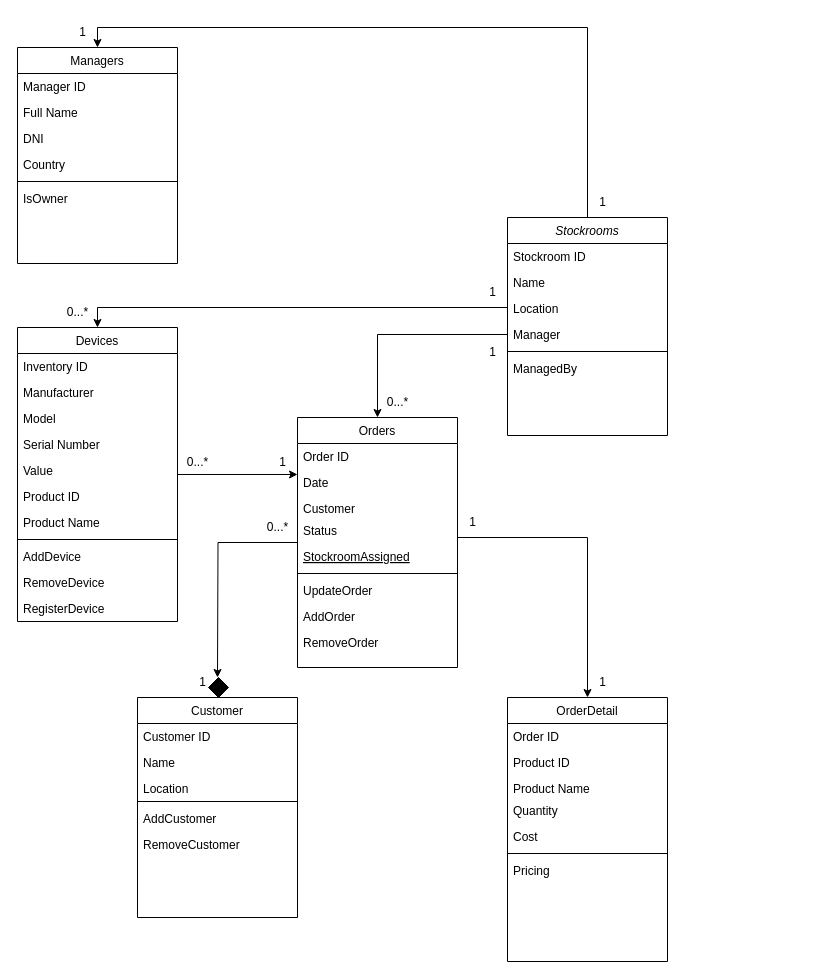
lzak07/CodeAcademy keeps this draw.io diagram as AllFashionUML.drawio. Above is the earlier version. Source tidied: cells renumbered, new cells numbered last; positions are measured from the earlier drawing's top-left corner, leaving out a move shared by most shapes. Both pictures are drawn from the tidied source at 100%, with x=0, y=0 at pixel (17, 17).
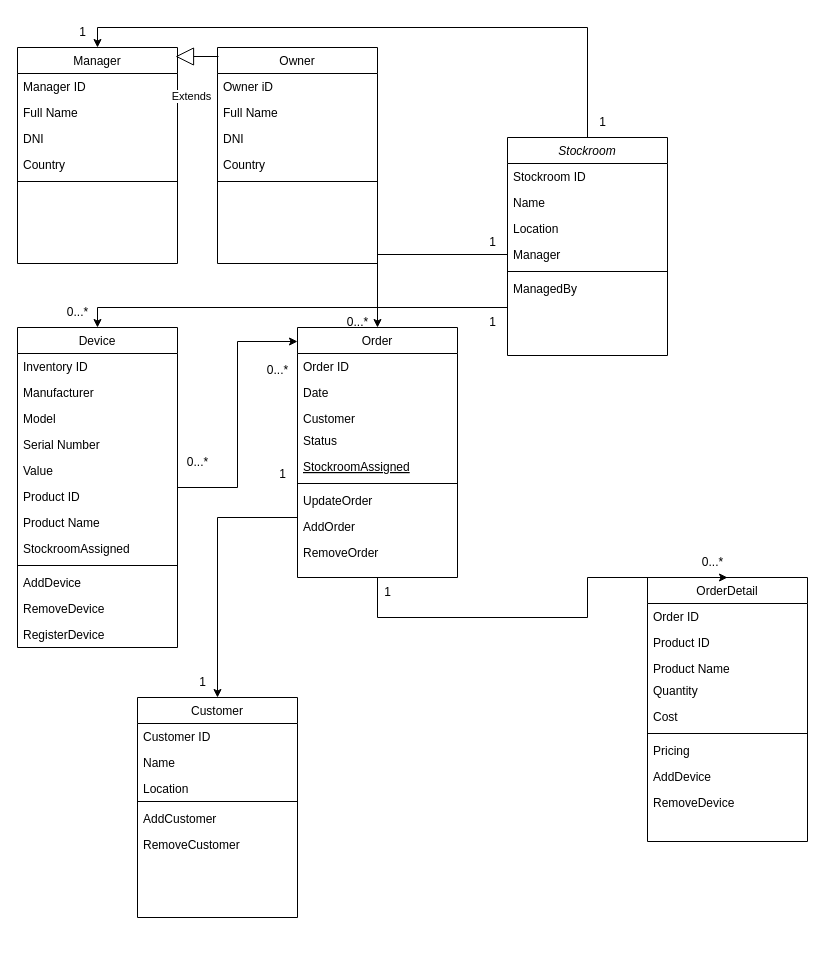
Above is the later version.

The change refers to these unchanged cells:
```xml
<mxCell id="31" value="Customer" style="swimlane;fontStyle=0;align=center;verticalAlign=top;horizontal=1;startSize=26;rounded=0;shadow=0;strokeWidth=1;" parent="1" vertex="1">
  <mxGeometry x="120" y="680" width="160" height="220" as="geometry" />
</mxCell>
<mxCell id="41" value="Date" style="text;align=left;verticalAlign=top;spacingLeft=4;spacingRight=4;overflow=hidden;points=[[0,0.5],[1,0.5]];portConstraint=eastwest;rounded=0;shadow=0;html=0;" parent="39" vertex="1">
  <mxGeometry y="52" width="160" height="26" as="geometry" />
</mxCell>
<mxCell id="43" value="Status" style="text;align=left;verticalAlign=top;spacingLeft=4;spacingRight=4;overflow=hidden;points=[[0,0.5],[1,0.5]];portConstraint=eastwest;rounded=0;shadow=0;html=0;" parent="39" vertex="1">
  <mxGeometry y="100" width="160" height="26" as="geometry" />
</mxCell>
```

Change to the diagram source:
```diff
@@
-    <mxCell id="4" value="Stockrooms" style="swimlane;fontStyle=2;align=center;verticalAlign=top;horizontal=1;startSize=26;rounded=0;shadow=0;strokeWidth=1;" parent="1" vertex="1">
-      <mxGeometry x="490" y="200" width="160" height="218" as="geometry" />
+    <mxCell id="4" value="Stockroom" style="swimlane;fontStyle=2;align=center;verticalAlign=top;horizontal=1;startSize=26;rounded=0;shadow=0;strokeWidth=1;" parent="1" vertex="1">
+      <mxGeometry x="490" y="120" width="160" height="218" as="geometry" />
     </mxCell>
@@
-    <mxCell id="11" style="edgeStyle=orthogonalEdgeStyle;rounded=0;jettySize=auto;html=1;entryX=0;entryY=0.192;entryDx=0;entryDy=0;entryPerimeter=0;" parent="1" edge="1" source="12" target="41">
+    <mxCell id="11" style="edgeStyle=orthogonalEdgeStyle;rounded=0;jettySize=auto;html=1;entryX=0;entryY=0.056;entryDx=0;entryDy=0;entryPerimeter=0;" parent="1" edge="1" source="12" target="39">
       <mxGeometry relative="1" as="geometry" />
     </mxCell>
-    <mxCell id="12" value="Devices" style="swimlane;fontStyle=0;align=center;verticalAlign=top;horizontal=1;startSize=26;rounded=0;shadow=0;strokeWidth=1;" parent="1" vertex="1">
-      <mxGeometry y="310" width="160" height="294" as="geometry" />
+    <mxCell id="12" value="Device" style="swimlane;fontStyle=0;align=center;verticalAlign=top;horizontal=1;startSize=26;rounded=0;shadow=0;strokeWidth=1;" parent="1" vertex="1">
+      <mxGeometry y="310" width="160" height="320" as="geometry" />
     </mxCell>
@@
+    <mxCell id="72" value="StockroomAssigned" style="text;align=left;verticalAlign=top;spacingLeft=4;spacingRight=4;overflow=hidden;rounded=0;shadow=0;html=0;" parent="12" vertex="1">
+      <mxGeometry y="208" width="160" height="26" as="geometry" />
+    </mxCell>
     <mxCell id="20" style="line;html=1;strokeWidth=1;align=left;verticalAlign=middle;spacingTop=-1;spacingLeft=3;spacingRight=3;labelPosition=right;" parent="12" vertex="1">
-      <mxGeometry y="208" width="160" height="8" as="geometry" />
+      <mxGeometry y="234" width="160" height="8" as="geometry" />
     </mxCell>
     <mxCell id="21" value="AddDevice" style="text;align=left;verticalAlign=top;spacingLeft=4;spacingRight=4;overflow=hidden;" parent="12" vertex="1">
-      <mxGeometry y="216" width="160" height="26" as="geometry" />
+      <mxGeometry y="242" width="160" height="26" as="geometry" />
     </mxCell>
     <mxCell id="22" value="RemoveDevice" style="text;align=left;verticalAlign=top;spacingLeft=4;spacingRight=4;overflow=hidden;" parent="12" vertex="1">
-      <mxGeometry y="242" width="160" height="26" as="geometry" />
+      <mxGeometry y="268" width="160" height="26" as="geometry" />
     </mxCell>
     <mxCell id="23" value="RegisterDevice" style="text;align=left;verticalAlign=top;spacingLeft=4;spacingRight=4;overflow=hidden;" parent="12" vertex="1">
-      <mxGeometry y="268" width="160" height="26" as="geometry" />
+      <mxGeometry y="294" width="160" height="26" as="geometry" />
     </mxCell>
-    <mxCell id="24" value="Managers" style="swimlane;fontStyle=0;align=center;verticalAlign=top;horizontal=1;startSize=26;rounded=0;shadow=0;strokeWidth=1;" parent="1" vertex="1">
+    <mxCell id="24" value="Manager" style="swimlane;fontStyle=0;align=center;verticalAlign=top;horizontal=1;startSize=26;rounded=0;shadow=0;strokeWidth=1;" parent="1" vertex="1">
       <mxGeometry y="30" width="160" height="216" as="geometry" />
     </mxCell>
@@
-    <mxCell id="30" value="IsOwner" style="text;align=left;verticalAlign=top;spacingLeft=4;spacingRight=4;overflow=hidden;" parent="24" vertex="1">
-      <mxGeometry y="138" width="160" height="26" as="geometry" />
-    </mxCell>
@@
-    <mxCell id="38" style="edgeStyle=orthogonalEdgeStyle;rounded=0;jettySize=auto;html=1;strokeColor=#000000;" parent="1" edge="1" source="39">
+    <mxCell id="38" style="edgeStyle=orthogonalEdgeStyle;rounded=0;jettySize=auto;html=1;strokeColor=#000000;" parent="1" edge="1" source="39" target="31">
       <mxGeometry relative="1" as="geometry">
-        <mxPoint x="200" y="660" as="targetPoint" />
+        <Array as="points">
+          <mxPoint x="200" y="500" />
+        </Array>
       </mxGeometry>
     </mxCell>
-    <mxCell id="39" value="Orders" style="swimlane;fontStyle=0;align=center;verticalAlign=top;horizontal=1;startSize=26;rounded=0;shadow=0;strokeWidth=1;" parent="1" vertex="1">
-      <mxGeometry x="280" y="400" width="160" height="250" as="geometry" />
+    <mxCell id="39" value="Order" style="swimlane;fontStyle=0;align=center;verticalAlign=top;horizontal=1;startSize=26;rounded=0;shadow=0;strokeWidth=1;" parent="1" vertex="1">
+      <mxGeometry x="280" y="310" width="160" height="250" as="geometry" />
     </mxCell>
@@
     <mxCell id="49" value="OrderDetail" style="swimlane;fontStyle=0;align=center;verticalAlign=top;horizontal=1;startSize=26;rounded=0;shadow=0;strokeWidth=1;" parent="1" vertex="1">
-      <mxGeometry x="490" y="680" width="160" height="264" as="geometry" />
+      <mxGeometry x="630" y="560" width="160" height="264" as="geometry" />
     </mxCell>
@@
+    <mxCell id="73" value="AddDevice" style="text;align=left;verticalAlign=top;spacingLeft=4;spacingRight=4;overflow=hidden;" parent="49" vertex="1">
+      <mxGeometry y="186" width="160" height="26" as="geometry" />
+    </mxCell>
+    <mxCell id="74" value="RemoveDevice" style="text;align=left;verticalAlign=top;spacingLeft=4;spacingRight=4;overflow=hidden;" parent="49" vertex="1">
+      <mxGeometry y="212" width="160" height="26" as="geometry" />
+    </mxCell>
-    <mxCell id="57" value="1" style="text;html=1;align=center;verticalAlign=middle;strokeColor=none;fillColor=none;" parent="1" vertex="1">
-      <mxGeometry x="570" y="650" width="30" height="30" as="geometry" />
+    <mxCell id="57" value="0...*" style="text;html=1;align=center;verticalAlign=middle;strokeColor=none;fillColor=none;" parent="1" vertex="1">
+      <mxGeometry x="675" y="530" width="40" height="30" as="geometry" />
     </mxCell>
-    <mxCell id="58" style="rhombus;whiteSpace=wrap;html=1;fillColor=#000000;" parent="1" vertex="1">
-      <mxGeometry x="191" y="660" width="20" height="20" as="geometry" />
-    </mxCell>
     <mxCell id="59" value="0...*" style="text;html=1;align=center;verticalAlign=middle;strokeColor=none;fillColor=none;" parent="1" vertex="1">
-      <mxGeometry x="240" y="495" width="40" height="30" as="geometry" />
+      <mxGeometry x="240" y="338" width="40" height="30" as="geometry" />
     </mxCell>
-    <mxCell id="60" style="edgeStyle=orthogonalEdgeStyle;rounded=0;jettySize=auto;html=1;entryX=0.5;entryY=0;entryDx=0;entryDy=0;strokeColor=#000000;" parent="1" edge="1" source="43" target="49">
+    <mxCell id="60" style="edgeStyle=orthogonalEdgeStyle;rounded=0;jettySize=auto;html=1;entryX=0.5;entryY=0;entryDx=0;entryDy=0;strokeColor=#000000;exitX=0.5;exitY=1;exitDx=0;exitDy=0;" parent="1" edge="1" source="39" target="49">
       <mxGeometry relative="1" as="geometry">
         <Array as="points">
-          <mxPoint x="570" y="520" />
+          <mxPoint x="360" y="600" />
+          <mxPoint x="570" y="600" />
         </Array>
       </mxGeometry>
     </mxCell>
     <mxCell id="61" value="1" style="text;html=1;align=center;verticalAlign=middle;strokeColor=none;fillColor=none;" parent="1" vertex="1">
-      <mxGeometry x="440" y="490" width="30" height="30" as="geometry" />
+      <mxGeometry x="355" y="560" width="30" height="30" as="geometry" />
     </mxCell>
@@
     <mxCell id="63" value="0...*" style="text;html=1;align=center;verticalAlign=middle;strokeColor=none;fillColor=none;" parent="1" vertex="1">
-      <mxGeometry x="360" y="370" width="40" height="30" as="geometry" />
+      <mxGeometry x="320" y="290" width="40" height="30" as="geometry" />
     </mxCell>
     <mxCell id="64" value="1" style="text;html=1;align=center;verticalAlign=middle;strokeColor=none;fillColor=none;" parent="1" vertex="1">
-      <mxGeometry x="460" y="260" width="30" height="30" as="geometry" />
+      <mxGeometry x="460" y="210" width="30" height="30" as="geometry" />
     </mxCell>
     <mxCell id="65" value="1" style="text;html=1;align=center;verticalAlign=middle;strokeColor=none;fillColor=none;" parent="1" vertex="1">
-      <mxGeometry x="460" y="320" width="30" height="30" as="geometry" />
+      <mxGeometry x="460" y="290" width="30" height="30" as="geometry" />
     </mxCell>
@@
     <mxCell id="67" value="1" style="text;html=1;align=center;verticalAlign=middle;strokeColor=none;fillColor=none;" parent="1" vertex="1">
-      <mxGeometry x="570" y="170" width="30" height="30" as="geometry" />
+      <mxGeometry x="570" y="90" width="30" height="30" as="geometry" />
     </mxCell>
@@
     <mxCell id="71" value="1" style="text;html=1;align=center;verticalAlign=middle;strokeColor=none;fillColor=none;" parent="1" vertex="1">
-      <mxGeometry x="250" y="430" width="30" height="30" as="geometry" />
+      <mxGeometry x="250" y="442" width="30" height="30" as="geometry" />
     </mxCell>
+    <mxCell id="75" value="Owner" style="swimlane;fontStyle=0;align=center;verticalAlign=top;horizontal=1;startSize=26;rounded=0;shadow=0;strokeWidth=1;" parent="1" vertex="1">
+      <mxGeometry x="200" y="30" width="160" height="216" as="geometry" />
+    </mxCell>
+    <mxCell id="76" value="Owner iD" style="text;align=left;verticalAlign=top;spacingLeft=4;spacingRight=4;overflow=hidden;" parent="75" vertex="1">
+      <mxGeometry y="26" width="160" height="26" as="geometry" />
+    </mxCell>
+    <mxCell id="77" value="Full Name" style="text;align=left;verticalAlign=top;spacingLeft=4;spacingRight=4;overflow=hidden;rounded=0;shadow=0;html=0;" parent="75" vertex="1">
+      <mxGeometry y="52" width="160" height="26" as="geometry" />
+    </mxCell>
+    <mxCell id="78" value="DNI" style="text;align=left;verticalAlign=top;spacingLeft=4;spacingRight=4;overflow=hidden;rounded=0;shadow=0;html=0;" parent="75" vertex="1">
+      <mxGeometry y="78" width="160" height="26" as="geometry" />
+    </mxCell>
+    <mxCell id="79" value="Country" style="text;align=left;verticalAlign=top;spacingLeft=4;spacingRight=4;overflow=hidden;rounded=0;shadow=0;html=0;" parent="75" vertex="1">
+      <mxGeometry y="104" width="160" height="26" as="geometry" />
+    </mxCell>
+    <mxCell id="80" style="line;html=1;strokeWidth=1;align=left;verticalAlign=middle;spacingTop=-1;spacingLeft=3;spacingRight=3;labelPosition=right;" parent="75" vertex="1">
+      <mxGeometry y="130" width="160" height="8" as="geometry" />
+    </mxCell>
+    <mxCell id="81" value="Extends" style="endArrow=block;endSize=16;endFill=0;html=1;rounded=0;" parent="1" edge="1">
+      <mxGeometry x="0.2" y="40" relative="1" as="geometry">
+        <mxPoint x="201" y="39" as="sourcePoint" />
+        <mxPoint x="158" y="39" as="targetPoint" />
+        <mxPoint x="-1" as="offset" />
+      </mxGeometry>
+    </mxCell>
```
